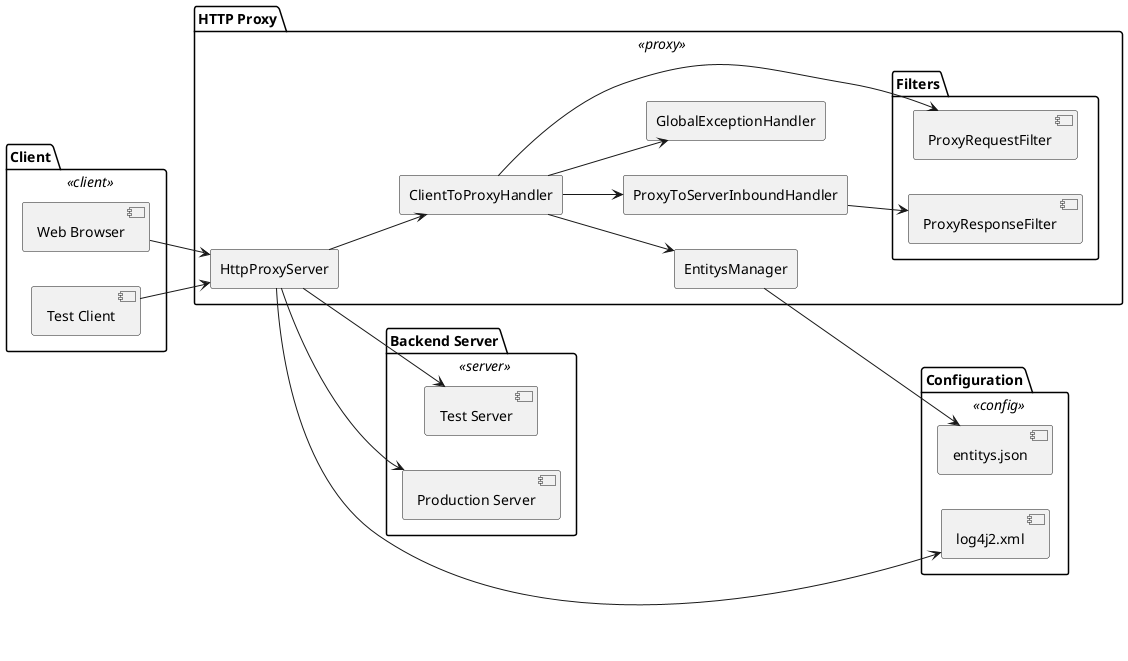
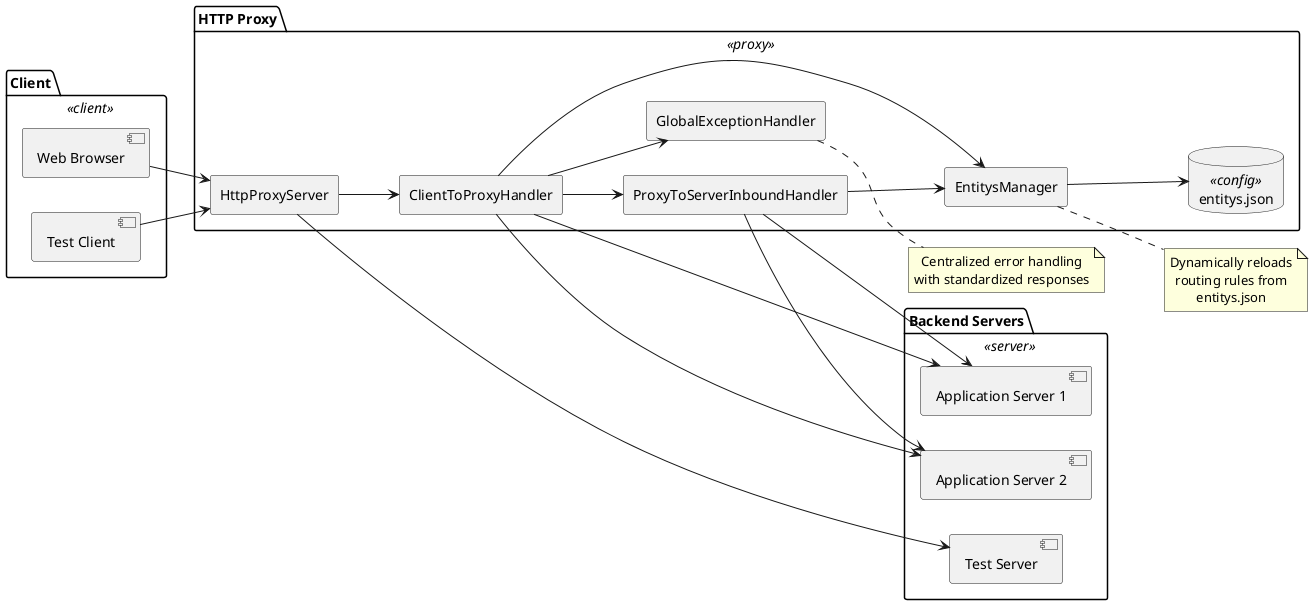
### Actual Output:
- @startuml lvyahui8_http-proxy
- left to right direction
+ @startuml
skinparam rectangle {
  BackgroundColor<<client>> #d9e7fd
  BackgroundColor<<proxy>> #d8f5d3
  BackgroundColor<<server>> #fff1c9
  BackgroundColor<<config>> #fddddd
  Style roundrect
}
skinparam defaultTextAlignment center
+ left to right direction

package "Client" <<client>> {
  [Web Browser] as Browser
  [Test Client] as TestClient
}

package "HTTP Proxy" <<proxy>> {
  rectangle "HttpProxyServer" as ProxyServer
  rectangle "ClientToProxyHandler" as ClientHandler
  rectangle "ProxyToServerInboundHandler" as ServerHandler
+   rectangle "GlobalExceptionHandler" as ExceptionHandler
  rectangle "EntitysManager" as EntityManager
-   rectangle "GlobalExceptionHandler" as ExceptionHandler
+   database "entitys.json" as ConfigFile <<config>>

  ProxyServer --> ClientHandler
  ClientHandler --> ServerHandler
+   ClientHandler --> ExceptionHandler
+   EntityManager --> ConfigFile
  ClientHandler --> EntityManager
-   ClientHandler --> ExceptionHandler
- 
-   package "Filters" {
-     [ProxyRequestFilter] as RequestFilter
-     [ProxyResponseFilter] as ResponseFilter
-   }
- 
-   ClientHandler --> RequestFilter
-   ServerHandler --> ResponseFilter
+   ServerHandler --> EntityManager
}

- package "Backend Server" <<server>> {
+ package "Backend Servers" <<server>> {
+   [Application Server 1] as AppServer1
+   [Application Server 2] as AppServer2
  [Test Server] as TestServer
-   [Production Server] as ProdServer
- }
- 
- package "Configuration" <<config>> {
-   [entitys.json] as ConfigFile
-   [log4j2.xml] as LogConfig
}

Browser --> ProxyServer
TestClient --> ProxyServer
+ ClientHandler --> AppServer1
+ ClientHandler --> AppServer2
+ ServerHandler --> AppServer1
+ ServerHandler --> AppServer2
ProxyServer --> TestServer
- ProxyServer --> ProdServer

- EntityManager --> ConfigFile
- ProxyServer --> LogConfig
+ note right of EntityManager
+   Dynamically reloads
+   routing rules from
+   entitys.json
+ end note
+ 
+ note right of ExceptionHandler
+   Centralized error handling
+   with standardized responses
+ end note
@enduml